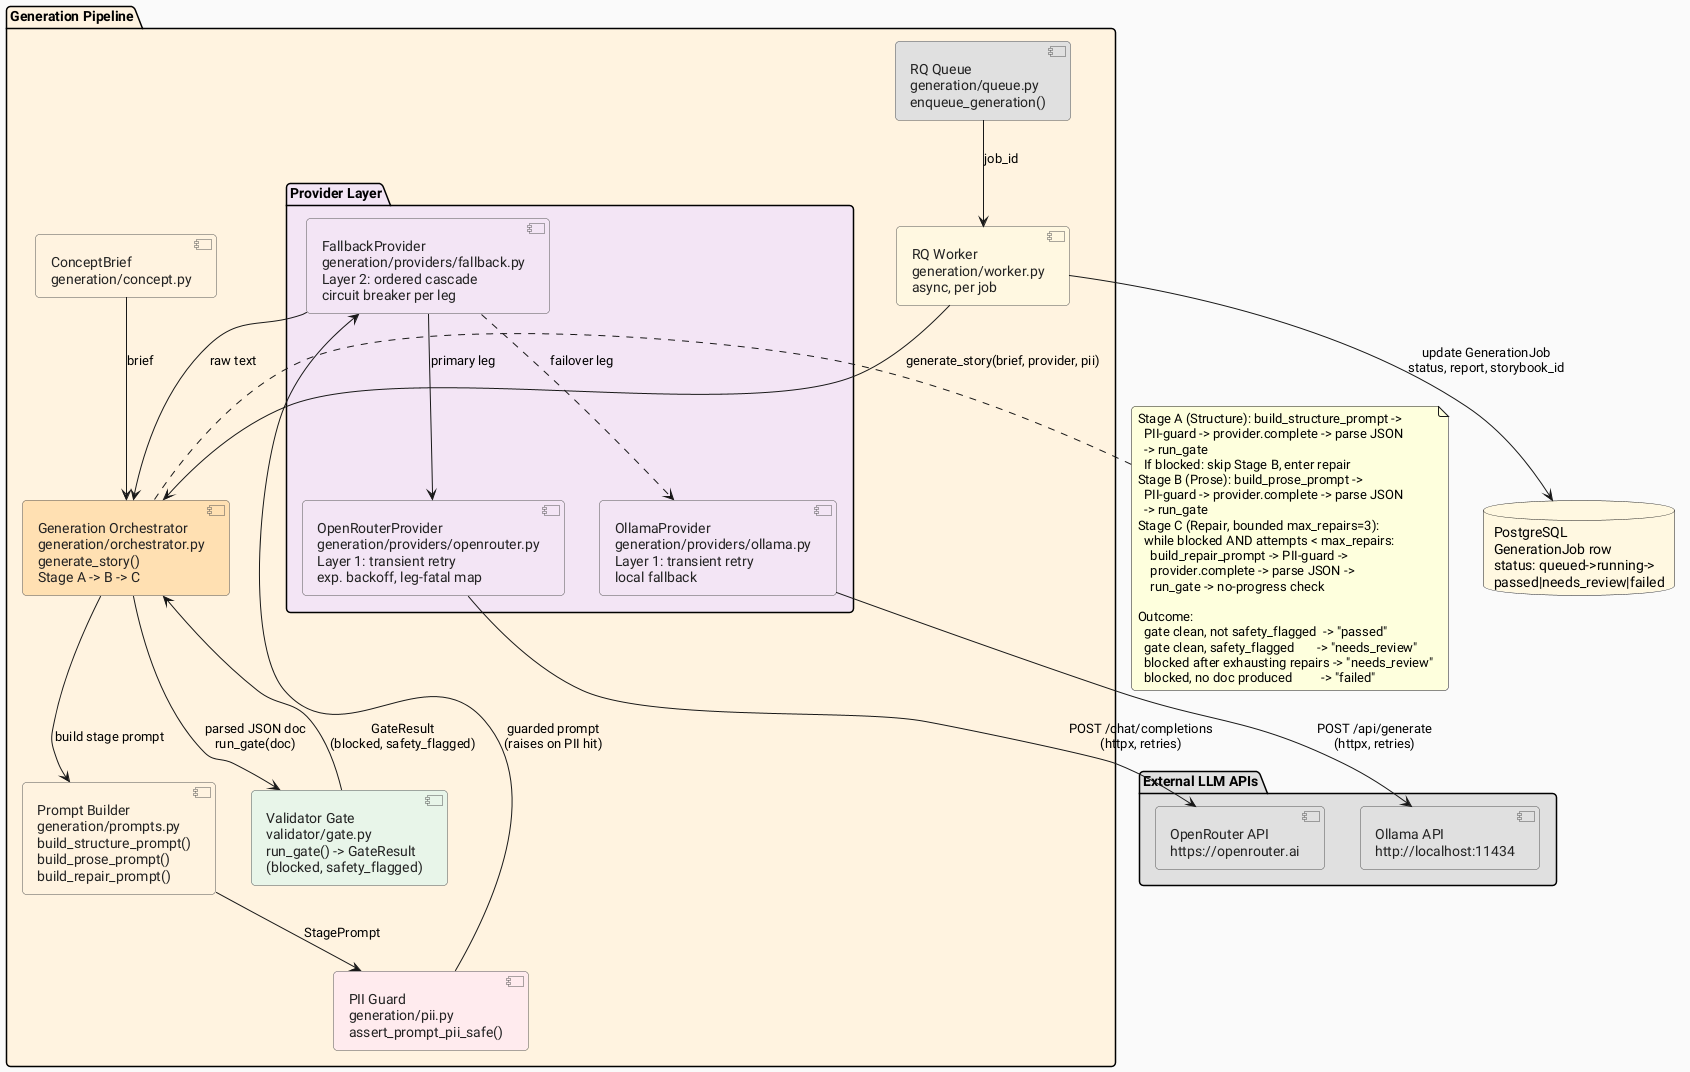
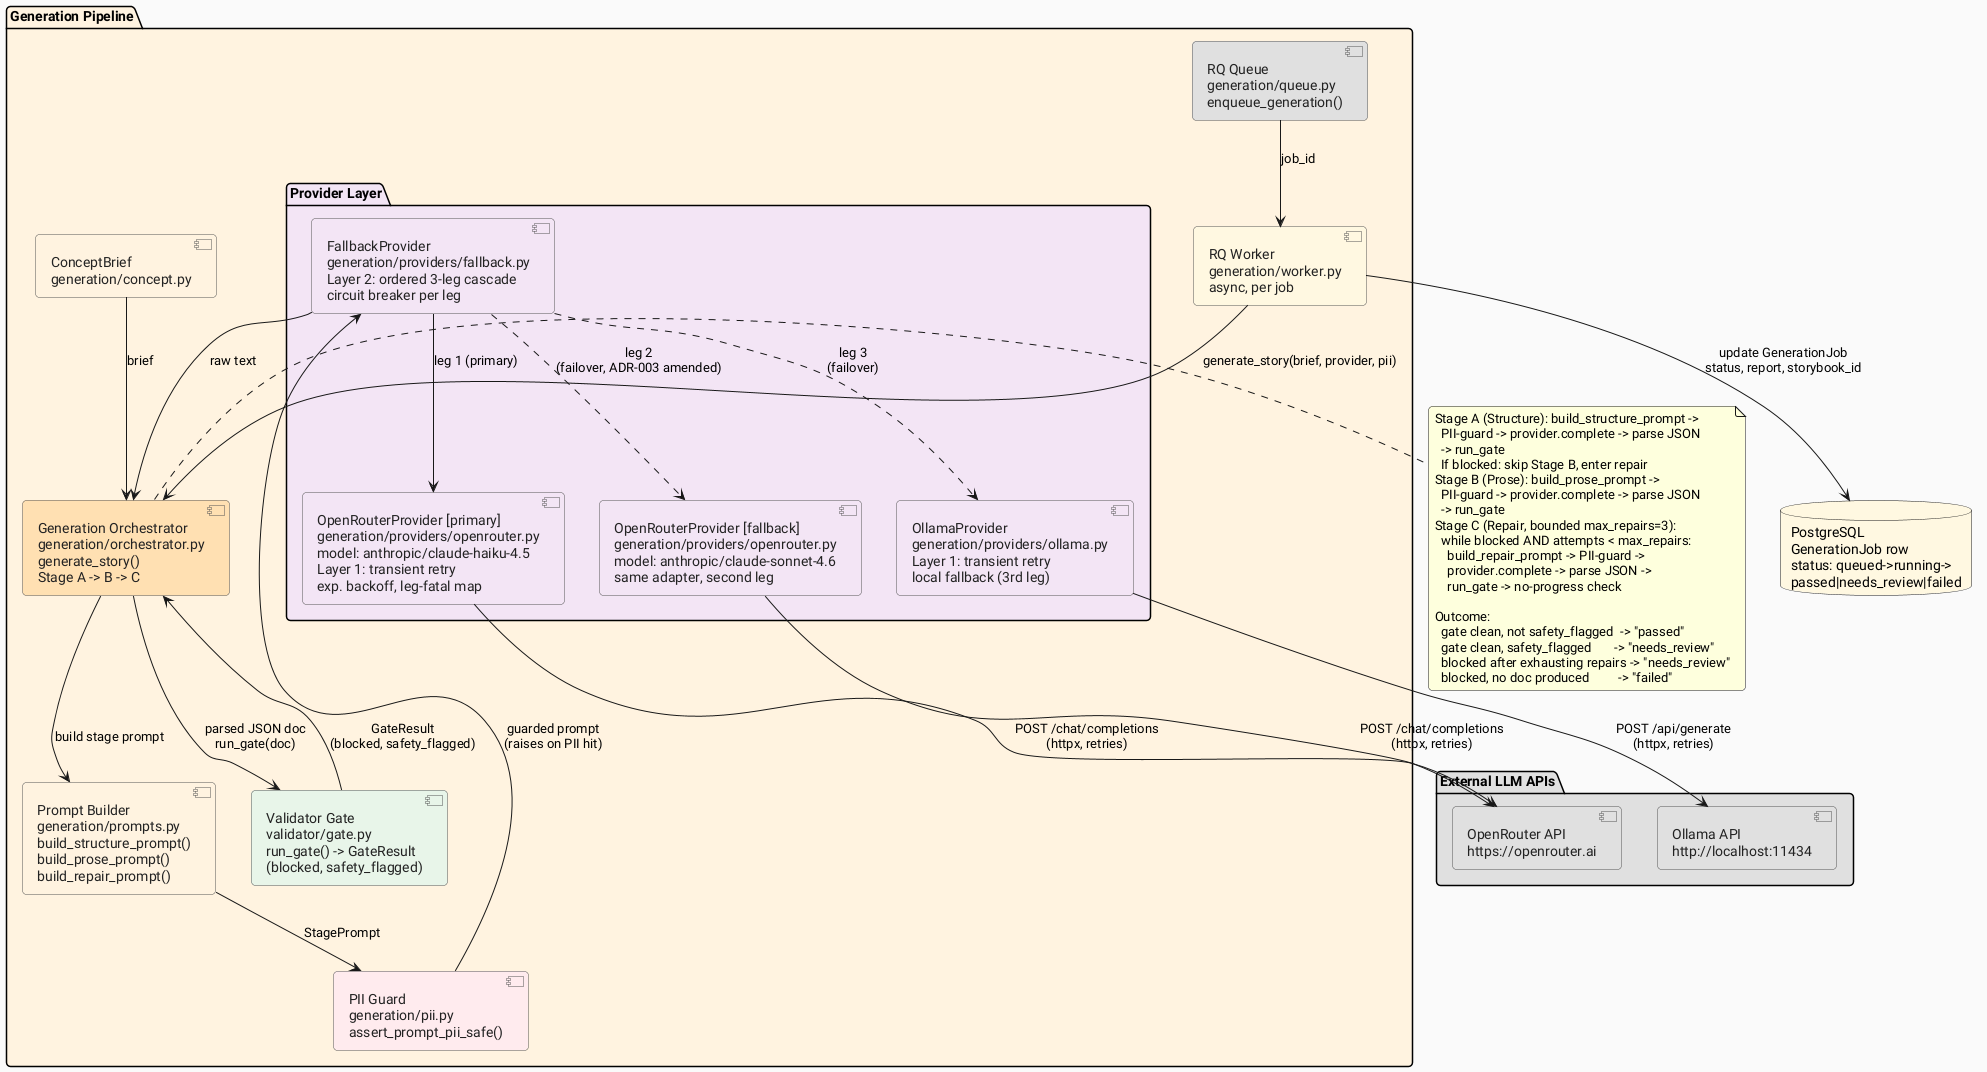
@startuml component-generation
' ============================================================
' Component Diagram: Generation Pipeline
' CYO Adventure
'
' Source files:
'   src/cyo_adventure/generation/orchestrator.py  (staged pipeline)
'   src/cyo_adventure/generation/prompts.py       (cacheable prompt blocks)
'   src/cyo_adventure/generation/pii.py           (PII guard)
- '   src/cyo_adventure/generation/provider.py      (GenerationProvider protocol)
+ '   src/cyo_adventure/generation/provider.py      (GenerationProvider protocol,
+ '                                                   build_default_provider() cascade)
'   src/cyo_adventure/generation/providers/openrouter.py
'   src/cyo_adventure/generation/providers/ollama.py
'   src/cyo_adventure/generation/providers/fallback.py  (FallbackProvider cascade)
+ '   src/cyo_adventure/core/config.py  (openrouter_model, openrouter_fallback_model)
'   src/cyo_adventure/generation/concept.py       (ConceptBrief)
'   src/cyo_adventure/generation/queue.py         (RQ queue)
'   src/cyo_adventure/generation/worker.py        (async RQ worker)
'   src/cyo_adventure/validator/gate.py           (run_gate entrypoint)
'   docs/planning/adr/adr-003-frontier-llm-generation.md
' ============================================================

skinparam defaultFontName "Roboto"
skinparam backgroundColor #FAFAFA
skinparam roundCorner 8
skinparam componentStyle uml2

skinparam component {
  BorderColor #555555
  FontColor #222222
}

package "Generation Pipeline" #FFF3E0 {

  component "ConceptBrief\ngeneration/concept.py" as concept #FFF3E0

  component "PII Guard\ngeneration/pii.py\nassert_prompt_pii_safe()" as pii #FFEBEE

  component "Prompt Builder\ngeneration/prompts.py\nbuild_structure_prompt()\nbuild_prose_prompt()\nbuild_repair_prompt()" as prompts #FFF3E0

  component "Generation Orchestrator\ngeneration/orchestrator.py\ngenerate_story()\nStage A -> B -> C" as orchestrator #FFE0B2

  package "Provider Layer" #F3E5F5 {
-     component "FallbackProvider\ngeneration/providers/fallback.py\nLayer 2: ordered cascade\ncircuit breaker per leg" as fallback #F3E5F5
+     component "FallbackProvider\ngeneration/providers/fallback.py\nLayer 2: ordered 3-leg cascade\ncircuit breaker per leg" as fallback #F3E5F5

-     component "OpenRouterProvider\ngeneration/providers/openrouter.py\nLayer 1: transient retry\nexp. backoff, leg-fatal map" as openrouter #F3E5F5
+     component "OpenRouterProvider [primary]\ngeneration/providers/openrouter.py\nmodel: anthropic/claude-haiku-4.5\nLayer 1: transient retry\nexp. backoff, leg-fatal map" as openrouter #F3E5F5

-     component "OllamaProvider\ngeneration/providers/ollama.py\nLayer 1: transient retry\nlocal fallback" as ollama_prov #F3E5F5
+     component "OpenRouterProvider [fallback]\ngeneration/providers/openrouter.py\nmodel: anthropic/claude-sonnet-4.6\nsame adapter, second leg" as openrouter_fb #F3E5F5
+ 
+     component "OllamaProvider\ngeneration/providers/ollama.py\nLayer 1: transient retry\nlocal fallback (3rd leg)" as ollama_prov #F3E5F5
  }

  component "Validator Gate\nvalidator/gate.py\nrun_gate() -> GateResult\n(blocked, safety_flagged)" as gate #E8F5E9

  component "RQ Queue\ngeneration/queue.py\nenqueue_generation()" as queue #E0E0E0

  component "RQ Worker\ngeneration/worker.py\nasync, per job" as worker_comp #FFF8E1

}

package "External LLM APIs" #E0E0E0 {
  component "OpenRouter API\nhttps://openrouter.ai" as or_api #E0E0E0
  component "Ollama API\nhttp://localhost:11434" as ol_api #E0E0E0
}

database "PostgreSQL\nGenerationJob row\nstatus: queued->running->\npassed|needs_review|failed" as pg #FFF8E1

' --- Flow ---
concept --> orchestrator : "brief"
orchestrator --> prompts : "build stage prompt"
prompts --> pii : "StagePrompt"
pii --> fallback : "guarded prompt\n(raises on PII hit)"
- fallback --> openrouter : "primary leg"
- fallback ..> ollama_prov : "failover leg"
+ fallback --> openrouter : "leg 1 (primary)"
+ fallback ..> openrouter_fb : "leg 2\n(failover, ADR-003 amended)"
+ fallback ..> ollama_prov : "leg 3\n(failover)"
openrouter --> or_api : "POST /chat/completions\n(httpx, retries)"
+ openrouter_fb --> or_api : "POST /chat/completions\n(httpx, retries)"
ollama_prov --> ol_api : "POST /api/generate\n(httpx, retries)"
fallback --> orchestrator : "raw text"
orchestrator --> gate : "parsed JSON doc\nrun_gate(doc)"
gate --> orchestrator : "GateResult\n(blocked, safety_flagged)"

note right of orchestrator
  Stage A (Structure): build_structure_prompt ->
    PII-guard -> provider.complete -> parse JSON
    -> run_gate
    If blocked: skip Stage B, enter repair
  Stage B (Prose): build_prose_prompt ->
    PII-guard -> provider.complete -> parse JSON
    -> run_gate
  Stage C (Repair, bounded max_repairs=3):
    while blocked AND attempts < max_repairs:
      build_repair_prompt -> PII-guard ->
      provider.complete -> parse JSON ->
      run_gate -> no-progress check

  Outcome:
    gate clean, not safety_flagged  -> "passed"
    gate clean, safety_flagged       -> "needs_review"
    blocked after exhausting repairs -> "needs_review"
    blocked, no doc produced         -> "failed"
end note

queue --> worker_comp : "job_id"
worker_comp --> orchestrator : "generate_story(brief, provider, pii)"
worker_comp --> pg : "update GenerationJob\nstatus, report, storybook_id"

@enduml
